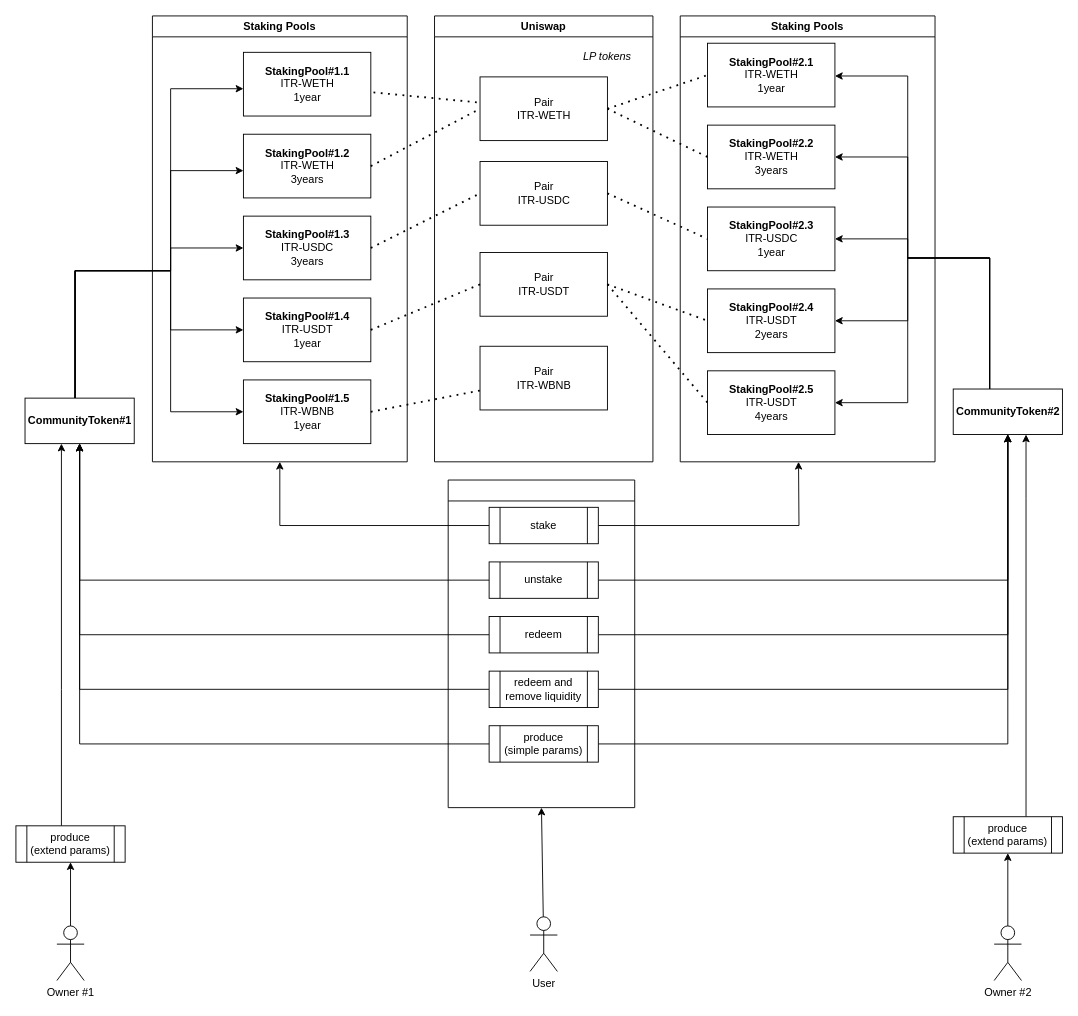
Earlier version of the draw.io diagram diagrams/diagram.hierarchy.drawio (Intercoin/CommunityCoinContract). Source tidied: cells renumbered, new cells numbered last; positions are measured from the earlier drawing's top-left corner, leaving out a move shared by most shapes. Both pictures are drawn from the tidied source at 91%, with x=0, y=0 at pixel (15, 15).
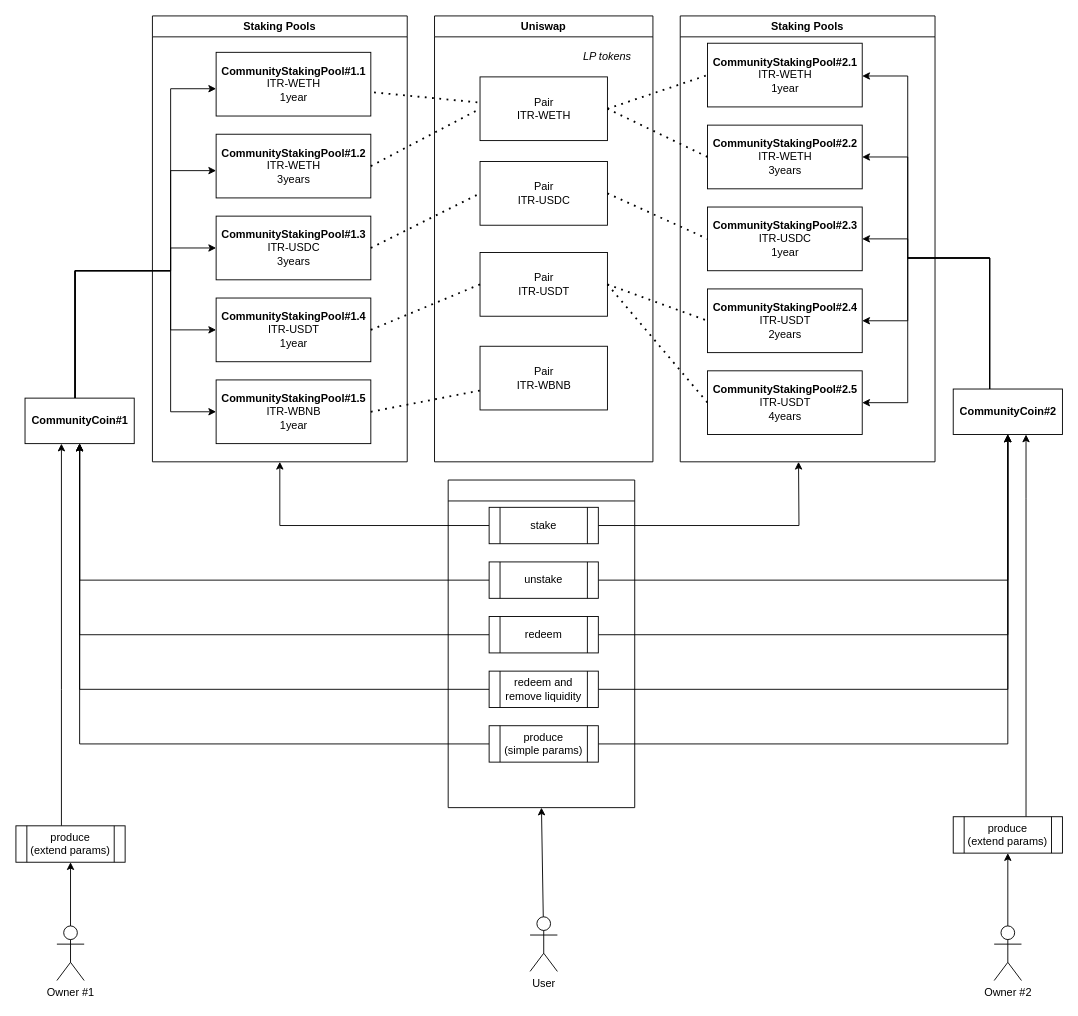
The same diagram, later.

Change to the diagram source:
```diff
@@
-    <mxCell id="7" value="&lt;b&gt;CommunityToken#1&lt;/b&gt;" style="html=1;" parent="1" vertex="1">
+    <mxCell id="7" value="&lt;b&gt;CommunityCoin#1&lt;/b&gt;" style="html=1;" parent="1" vertex="1">
       <mxGeometry x="10" y="420" width="120" height="50" as="geometry" />
     </mxCell>
-    <mxCell id="8" value="&lt;b&gt;StakingPool#1.5&lt;/b&gt;&lt;br&gt;ITR-WBNB&lt;br&gt;1year" style="html=1;" parent="1" vertex="1">
-      <mxGeometry x="250" y="400" width="140" height="70" as="geometry" />
+    <mxCell id="8" value="&lt;b&gt;Community&lt;/b&gt;&lt;b&gt;StakingPool#1.5&lt;/b&gt;&lt;br&gt;ITR-WBNB&lt;br&gt;1year" style="html=1;" parent="1" vertex="1">
+      <mxGeometry x="220" y="400" width="170" height="70" as="geometry" />
     </mxCell>
-    <mxCell id="9" value="&lt;b&gt;StakingPool#1.4&lt;/b&gt;&lt;br&gt;ITR-USDT&lt;br&gt;1year" style="html=1;" parent="1" vertex="1">
-      <mxGeometry x="250" y="310" width="140" height="70" as="geometry" />
+    <mxCell id="9" value="&lt;b&gt;Community&lt;/b&gt;&lt;b&gt;StakingPool#1.4&lt;/b&gt;&lt;br&gt;ITR-USDT&lt;br&gt;1year" style="html=1;" parent="1" vertex="1">
+      <mxGeometry x="220" y="310" width="170" height="70" as="geometry" />
     </mxCell>
-    <mxCell id="10" value="&lt;b&gt;StakingPool#1.3&lt;/b&gt;&lt;br&gt;ITR-USDC&lt;br&gt;3years" style="html=1;" parent="1" vertex="1">
-      <mxGeometry x="250" y="220" width="140" height="70" as="geometry" />
+    <mxCell id="10" value="&lt;b&gt;Community&lt;/b&gt;&lt;b&gt;StakingPool#1.3&lt;/b&gt;&lt;br&gt;ITR-USDC&lt;br&gt;3years" style="html=1;" parent="1" vertex="1">
+      <mxGeometry x="220" y="220" width="170" height="70" as="geometry" />
     </mxCell>
-    <mxCell id="11" value="&lt;b&gt;StakingPool#1.2&lt;/b&gt;&lt;br&gt;ITR-WETH&lt;br&gt;3years" style="html=1;" parent="1" vertex="1">
-      <mxGeometry x="250" y="130" width="140" height="70" as="geometry" />
+    <mxCell id="11" value="&lt;b&gt;Community&lt;/b&gt;&lt;b&gt;StakingPool#1.2&lt;/b&gt;&lt;br&gt;ITR-WETH&lt;br&gt;3years" style="html=1;" parent="1" vertex="1">
+      <mxGeometry x="220" y="130" width="170" height="70" as="geometry" />
     </mxCell>
-    <mxCell id="12" value="&lt;b&gt;StakingPool#1.1&lt;/b&gt;&lt;br&gt;ITR-WETH&lt;br&gt;1year" style="html=1;" parent="1" vertex="1">
-      <mxGeometry x="250" y="40" width="140" height="70" as="geometry" />
+    <mxCell id="12" value="&lt;b&gt;CommunityStakingPool#1.1&lt;/b&gt;&lt;br&gt;ITR-WETH&lt;br&gt;1year" style="html=1;" parent="1" vertex="1">
+      <mxGeometry x="220" y="40" width="170" height="70" as="geometry" />
     </mxCell>
@@
-    <mxCell id="18" value="&lt;b&gt;CommunityToken#2&lt;/b&gt;" style="html=1;" parent="1" vertex="1">
+    <mxCell id="18" value="&lt;b&gt;CommunityCoin#2&lt;/b&gt;" style="html=1;" parent="1" vertex="1">
       <mxGeometry x="1030" y="410" width="120" height="50" as="geometry" />
     </mxCell>
-    <mxCell id="19" value="&lt;b&gt;StakingPool#2.5&lt;/b&gt;&lt;br&gt;ITR-USDT&lt;br&gt;4years" style="html=1;" parent="1" vertex="1">
-      <mxGeometry x="760" y="390" width="140" height="70" as="geometry" />
+    <mxCell id="19" value="&lt;b&gt;Community&lt;/b&gt;&lt;b&gt;StakingPool#2.5&lt;/b&gt;&lt;br&gt;ITR-USDT&lt;br&gt;4years" style="html=1;" parent="1" vertex="1">
+      <mxGeometry x="760" y="390" width="170" height="70" as="geometry" />
     </mxCell>
-    <mxCell id="20" value="&lt;b&gt;StakingPool#2.4&lt;/b&gt;&lt;br&gt;ITR-USDT&lt;br&gt;2years" style="html=1;" parent="1" vertex="1">
-      <mxGeometry x="760" y="300" width="140" height="70" as="geometry" />
+    <mxCell id="20" value="&lt;b&gt;Community&lt;/b&gt;&lt;b&gt;StakingPool#2.4&lt;/b&gt;&lt;br&gt;ITR-USDT&lt;br&gt;2years" style="html=1;" parent="1" vertex="1">
+      <mxGeometry x="760" y="300" width="170" height="70" as="geometry" />
     </mxCell>
-    <mxCell id="21" value="&lt;b&gt;StakingPool#2.3&lt;/b&gt;&lt;br&gt;ITR-USDC&lt;br&gt;1year" style="html=1;" parent="1" vertex="1">
-      <mxGeometry x="760" y="210" width="140" height="70" as="geometry" />
+    <mxCell id="21" value="&lt;b&gt;Community&lt;/b&gt;&lt;b&gt;StakingPool#2.3&lt;/b&gt;&lt;br&gt;ITR-USDC&lt;br&gt;1year" style="html=1;" parent="1" vertex="1">
+      <mxGeometry x="760" y="210" width="170" height="70" as="geometry" />
     </mxCell>
-    <mxCell id="22" value="&lt;b&gt;StakingPool#2.2&lt;/b&gt;&lt;br&gt;ITR-WETH&lt;br&gt;3years" style="html=1;" parent="1" vertex="1">
-      <mxGeometry x="760" y="120" width="140" height="70" as="geometry" />
+    <mxCell id="22" value="&lt;b&gt;Community&lt;/b&gt;&lt;b&gt;StakingPool#2.2&lt;/b&gt;&lt;br&gt;ITR-WETH&lt;br&gt;3years" style="html=1;" parent="1" vertex="1">
+      <mxGeometry x="760" y="120" width="170" height="70" as="geometry" />
     </mxCell>
-    <mxCell id="23" value="&lt;b&gt;StakingPool#2.1&lt;/b&gt;&lt;br&gt;ITR-WETH&lt;br&gt;1year" style="html=1;" parent="1" vertex="1">
-      <mxGeometry x="760" y="30" width="140" height="70" as="geometry" />
+    <mxCell id="23" value="&lt;b&gt;Community&lt;/b&gt;&lt;b&gt;StakingPool#2.1&lt;/b&gt;&lt;br&gt;ITR-WETH&lt;br&gt;1year" style="html=1;" parent="1" vertex="1">
+      <mxGeometry x="760" y="30" width="170" height="70" as="geometry" />
     </mxCell>
```
